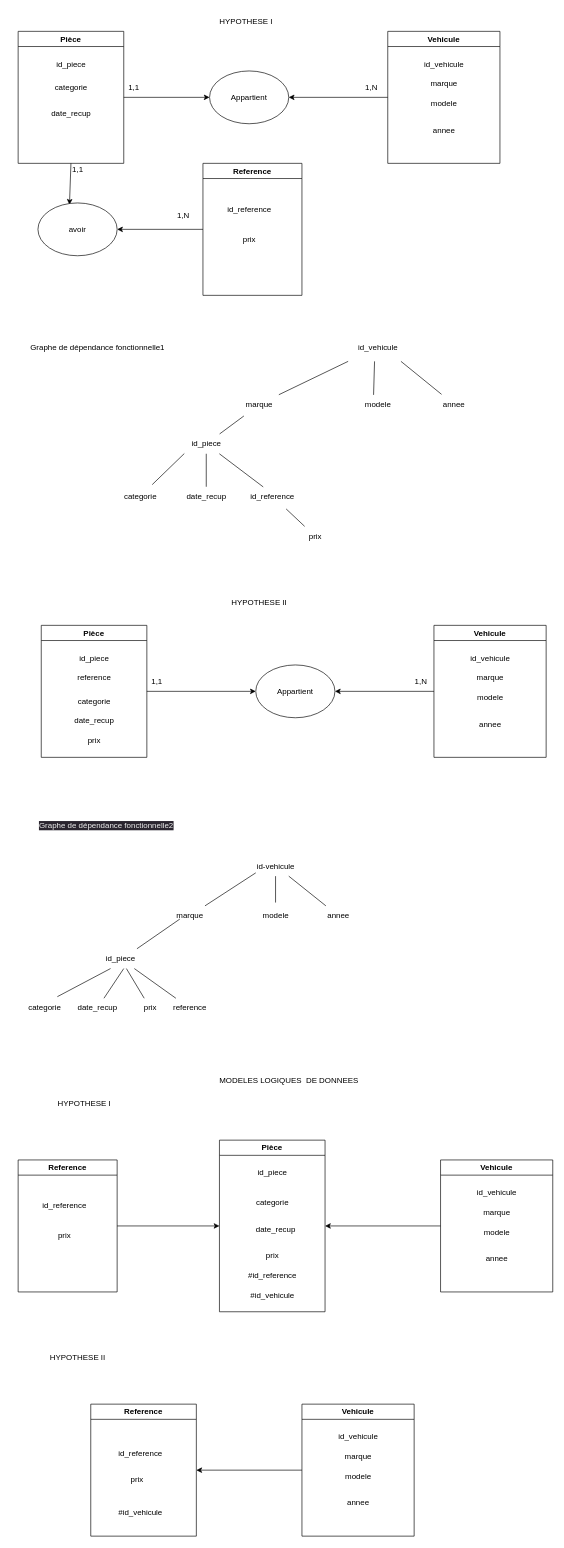
Above: Exercices_Modélisation/excercice1.MCD1.drawio in morantaDev/DEV_DATA_P5_Mor_Anta_SENE (draw.io), before the change. Source tidied: cells renumbered, new cells numbered last; positions are measured from the earlier drawing's top-left corner, leaving out a move shared by most shapes. Both pictures are drawn from the tidied source at 66%, with x=0, y=0 at pixel (18, 11).
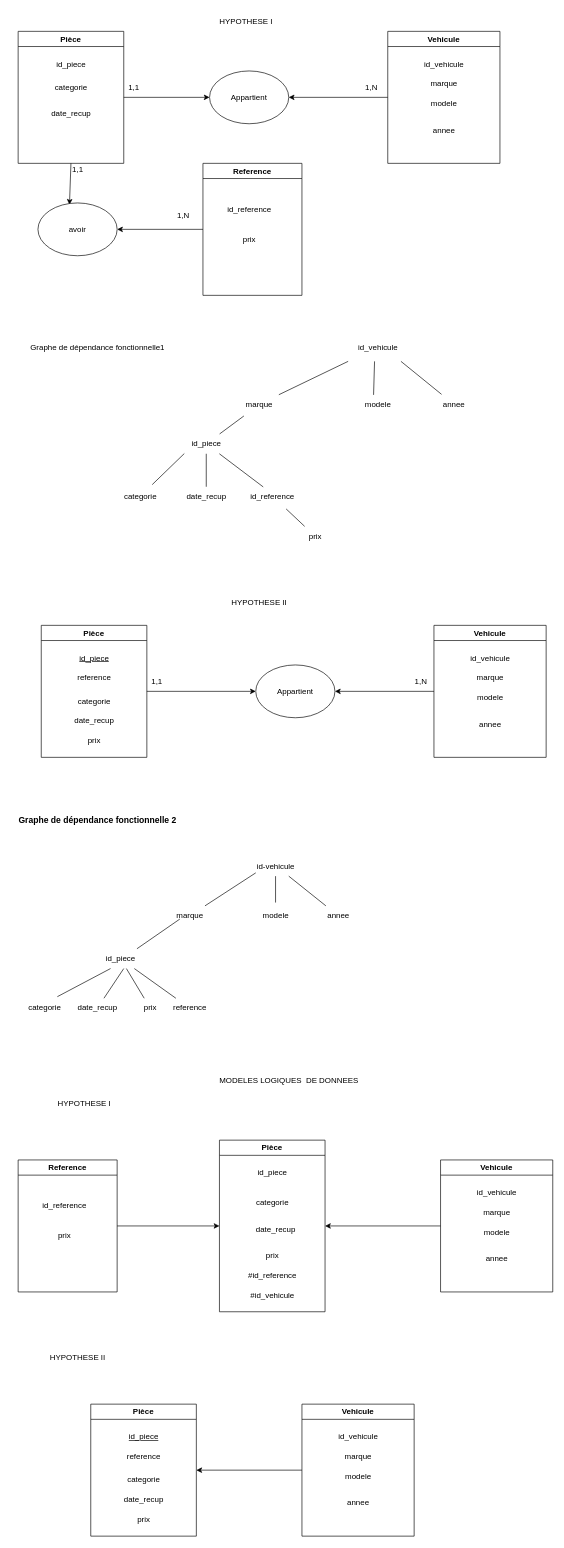
The same page after the edit.

The change refers to these unchanged cells:
```xml
<mxCell id="22" value="Pièce" style="swimlane;whiteSpace=wrap;html=1;" parent="1" vertex="1">
  <mxGeometry x="35" y="930" width="160" height="200" as="geometry" />
</mxCell>
<mxCell id="102" value="Vehicule" style="swimlane;whiteSpace=wrap;html=1;" parent="1" vertex="1">
  <mxGeometry x="430" y="2110" width="170" height="200" as="geometry" />
</mxCell>
```

The edit, as a diff of the source:
```diff
@@
-    <mxCell id="24" value="id_piece" style="text;html=1;align=center;verticalAlign=middle;strokeColor=none;fillColor=none;" parent="22" vertex="1">
+    <mxCell id="24" value="&lt;u&gt;id_piece&lt;/u&gt;" style="text;html=1;align=center;verticalAlign=middle;strokeColor=none;fillColor=none;" parent="22" vertex="1">
       <mxGeometry x="45" y="35" width="70" height="30" as="geometry" />
     </mxCell>
@@
-    <mxCell id="60" value="&lt;span style=&quot;color: rgb(240, 240, 240); font-family: Helvetica; font-size: 12px; font-style: normal; font-variant-ligatures: normal; font-variant-caps: normal; font-weight: 400; letter-spacing: normal; orphans: 2; text-align: center; text-indent: 0px; text-transform: none; widows: 2; word-spacing: 0px; -webkit-text-stroke-width: 0px; background-color: rgb(42, 37, 47); text-decoration-thickness: initial; text-decoration-style: initial; text-decoration-color: initial; float: none; display: inline !important;&quot;&gt;Graphe de dépendance fonctionnelle2&lt;/span&gt;" style="text;whiteSpace=wrap;html=1;" parent="1" vertex="1">
-      <mxGeometry x="30" y="1220" width="240" height="40" as="geometry" />
-    </mxCell>
@@
-    <mxCell id="98" value="Reference" style="swimlane;whiteSpace=wrap;html=1;" parent="1" vertex="1">
-      <mxGeometry x="110" y="2110" width="160" height="200" as="geometry" />
-    </mxCell>
-    <mxCell id="99" value="id_reference" style="text;html=1;align=center;verticalAlign=middle;strokeColor=none;fillColor=none;" parent="98" vertex="1">
-      <mxGeometry x="30" y="60" width="90" height="30" as="geometry" />
-    </mxCell>
-    <mxCell id="100" value="prix" style="text;html=1;align=center;verticalAlign=middle;strokeColor=none;fillColor=none;" parent="98" vertex="1">
-      <mxGeometry x="50" y="100" width="40" height="30" as="geometry" />
-    </mxCell>
-    <mxCell id="101" value="#id_vehicule" style="text;html=1;align=center;verticalAlign=middle;strokeColor=none;fillColor=none;" parent="98" vertex="1">
-      <mxGeometry x="30" y="150" width="90" height="30" as="geometry" />
-    </mxCell>
@@
-    <mxCell id="107" style="endArrow=classic;html=1;entryX=1;entryY=0.5;entryDx=0;entryDy=0;exitX=0;exitY=0.5;exitDx=0;exitDy=0;" parent="1" edge="1" source="102" target="98">
-      <mxGeometry relative="1" as="geometry" />
+    <mxCell id="107" style="endArrow=classic;html=1;exitX=0;exitY=0.5;exitDx=0;exitDy=0;" parent="1" edge="1" source="102">
+      <mxGeometry relative="1" as="geometry">
+        <mxPoint x="270" y="2210" as="targetPoint" />
+      </mxGeometry>
     </mxCell>
+    <mxCell id="108" value="&lt;font style=&quot;font-size: 13px;&quot;&gt;&lt;b&gt;Graphe de dépendance fonctionnelle 2&lt;/b&gt;&lt;/font&gt;" style="text;html=1;align=center;verticalAlign=middle;strokeColor=none;fillColor=none;" parent="1" vertex="1">
+      <mxGeometry x="-10" y="1210" width="260" height="30" as="geometry" />
+    </mxCell>
+    <mxCell id="109" value="Pièce" style="swimlane;whiteSpace=wrap;html=1;" parent="1" vertex="1">
+      <mxGeometry x="110" y="2110" width="160" height="200" as="geometry" />
+    </mxCell>
+    <mxCell id="110" value="date_recup" style="text;html=1;align=center;verticalAlign=middle;strokeColor=none;fillColor=none;" parent="109" vertex="1">
+      <mxGeometry x="40" y="130" width="80" height="30" as="geometry" />
+    </mxCell>
+    <mxCell id="111" value="&lt;u&gt;id_piece&lt;/u&gt;" style="text;html=1;align=center;verticalAlign=middle;strokeColor=none;fillColor=none;" parent="109" vertex="1">
+      <mxGeometry x="45" y="35" width="70" height="30" as="geometry" />
+    </mxCell>
+    <mxCell id="100" value="prix" style="text;html=1;align=center;verticalAlign=middle;strokeColor=none;fillColor=none;" parent="109" vertex="1">
+      <mxGeometry x="60" y="160" width="40" height="30" as="geometry" />
+    </mxCell>
+    <mxCell id="112" value="reference" style="text;html=1;align=center;verticalAlign=middle;strokeColor=none;fillColor=none;" parent="109" vertex="1">
+      <mxGeometry x="45" y="65" width="70" height="30" as="geometry" />
+    </mxCell>
+    <mxCell id="113" value="categorie" style="text;html=1;align=center;verticalAlign=middle;strokeColor=none;fillColor=none;" parent="109" vertex="1">
+      <mxGeometry x="45" y="100" width="70" height="30" as="geometry" />
+    </mxCell>
```
